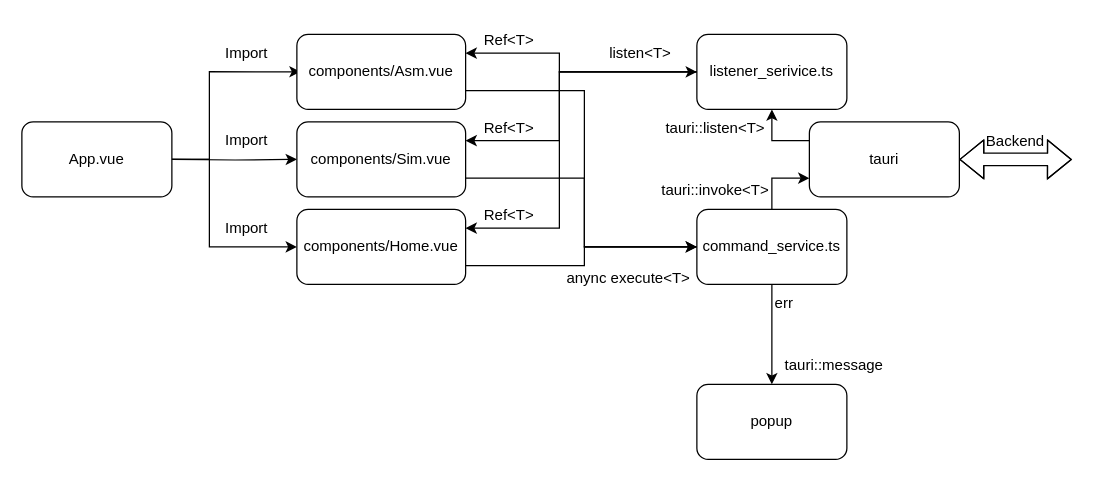
This is doc/fe.drawio from Lazox12/avr-simulator-rs, a draw.io file, before an edit. Source tidied: cells renumbered, new cells numbered last; positions are measured from the earlier drawing's top-left corner, leaving out a move shared by most shapes. Both pictures are drawn from the tidied source at 125%, with x=0, y=0 at pixel (21, 21).
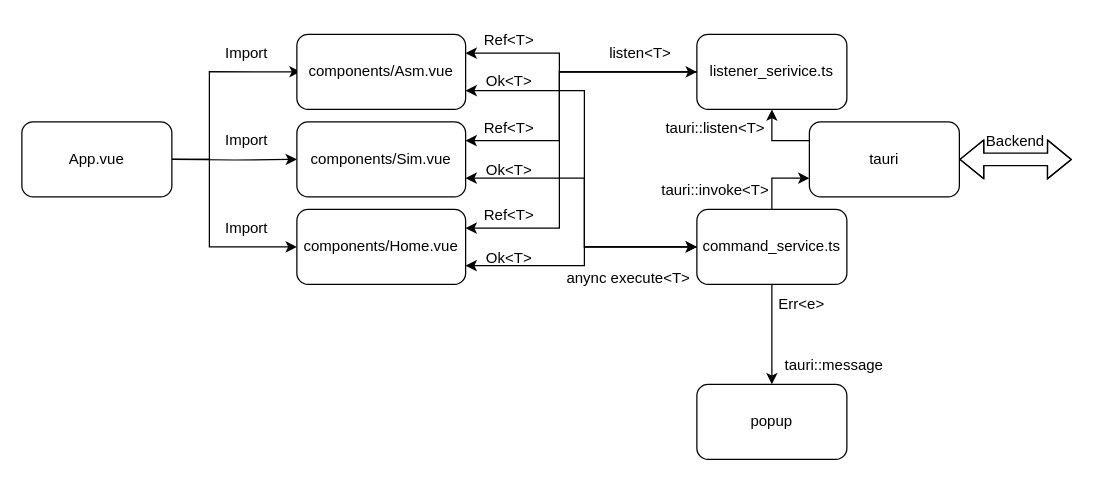
The same diagram, later.

The change refers to these unchanged cells:
```xml
<mxCell id="8" value="components/Sim.vue" style="rounded=1;whiteSpace=wrap;html=1;" parent="1" vertex="1">
  <mxGeometry x="220" y="80" width="135" height="60" as="geometry" />
</mxCell>
<mxCell id="11" value="components/Home.vue" style="rounded=1;whiteSpace=wrap;html=1;" parent="1" vertex="1">
  <mxGeometry x="220" y="150" width="135" height="60" as="geometry" />
</mxCell>
<mxCell id="14" value="components/Asm.vue" style="rounded=1;whiteSpace=wrap;html=1;" parent="1" vertex="1">
  <mxGeometry x="220" y="10" width="135" height="60" as="geometry" />
</mxCell>
<mxCell id="18" value="command_service.ts" style="rounded=1;whiteSpace=wrap;html=1;" parent="1" vertex="1">
  <mxGeometry x="540" y="150" width="120" height="60" as="geometry" />
</mxCell>
```

What changed in the source:
```diff
@@
-    <mxCell id="7" style="edgeStyle=orthogonalEdgeStyle;rounded=0;jettySize=auto;html=1;exitX=1;exitY=0.75;exitDx=0;exitDy=0;" parent="1" edge="1" source="8">
+    <mxCell id="7" style="edgeStyle=orthogonalEdgeStyle;rounded=0;jettySize=auto;html=1;exitX=1;exitY=0.75;exitDx=0;exitDy=0;startArrow=classic;startFill=1;" parent="1" edge="1" source="8">
       <mxGeometry relative="1" as="geometry">
         <mxPoint x="550" y="180" as="targetPoint" />
         <Array as="points">
           <mxPoint x="450" y="125" />
           <mxPoint x="450" y="180" />
         </Array>
       </mxGeometry>
     </mxCell>
@@
-    <mxCell id="10" style="edgeStyle=orthogonalEdgeStyle;rounded=0;jettySize=auto;html=1;exitX=1;exitY=0.75;exitDx=0;exitDy=0;entryX=0;entryY=0.5;entryDx=0;entryDy=0;" parent="1" edge="1" source="11" target="18">
+    <mxCell id="10" style="edgeStyle=orthogonalEdgeStyle;rounded=0;jettySize=auto;html=1;exitX=1;exitY=0.75;exitDx=0;exitDy=0;entryX=0;entryY=0.5;entryDx=0;entryDy=0;startArrow=classic;startFill=1;" parent="1" edge="1" source="11" target="18">
       <mxGeometry relative="1" as="geometry">
         <Array as="points">
           <mxPoint x="450" y="195" />
           <mxPoint x="450" y="180" />
         </Array>
       </mxGeometry>
     </mxCell>
@@
-    <mxCell id="13" style="edgeStyle=orthogonalEdgeStyle;rounded=0;jettySize=auto;html=1;exitX=1;exitY=0.75;exitDx=0;exitDy=0;entryX=0;entryY=0.5;entryDx=0;entryDy=0;" parent="1" edge="1" source="14" target="18">
+    <mxCell id="13" style="edgeStyle=orthogonalEdgeStyle;rounded=0;jettySize=auto;html=1;exitX=1;exitY=0.75;exitDx=0;exitDy=0;entryX=0;entryY=0.5;entryDx=0;entryDy=0;startArrow=classic;startFill=1;" parent="1" edge="1" source="14" target="18">
       <mxGeometry relative="1" as="geometry">
         <Array as="points">
           <mxPoint x="450" y="55" />
           <mxPoint x="450" y="180" />
         </Array>
       </mxGeometry>
     </mxCell>
@@
-    <mxCell id="34" value="err" style="text;html=1;whiteSpace=wrap;strokeColor=none;fillColor=none;align=center;verticalAlign=middle;rounded=0;" parent="1" vertex="1">
-      <mxGeometry x="580" y="210" width="60" height="30" as="geometry" />
+    <mxCell id="34" value="Err&amp;lt;e&amp;gt;" style="text;html=1;whiteSpace=wrap;strokeColor=none;fillColor=none;align=center;verticalAlign=middle;rounded=0;" parent="1" vertex="1">
+      <mxGeometry x="594" y="211" width="60" height="30" as="geometry" />
     </mxCell>
@@
+    <mxCell id="37" value="Ok&amp;lt;T&amp;gt;" style="text;html=1;whiteSpace=wrap;strokeColor=none;fillColor=none;align=center;verticalAlign=middle;rounded=0;" parent="1" vertex="1">
+      <mxGeometry x="360" y="174" width="60" height="30" as="geometry" />
+    </mxCell>
+    <mxCell id="38" value="Ok&amp;lt;T&amp;gt;" style="text;html=1;whiteSpace=wrap;strokeColor=none;fillColor=none;align=center;verticalAlign=middle;rounded=0;" parent="1" vertex="1">
+      <mxGeometry x="360" y="104" width="60" height="30" as="geometry" />
+    </mxCell>
+    <mxCell id="39" value="Ok&amp;lt;T&amp;gt;" style="text;html=1;whiteSpace=wrap;strokeColor=none;fillColor=none;align=center;verticalAlign=middle;rounded=0;" parent="1" vertex="1">
+      <mxGeometry x="360" y="33" width="60" height="30" as="geometry" />
+    </mxCell>
```
